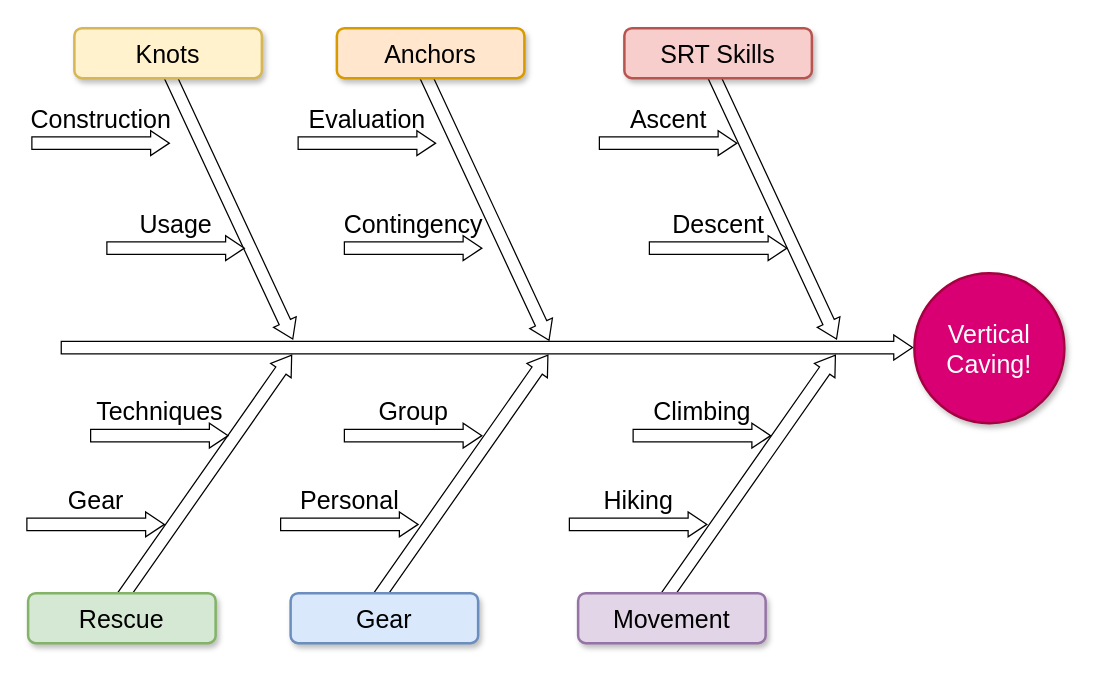
This is PersonalSRT.drawio from socalgrotto/diagrams, a draw.io file, before an edit. Source tidied: cells renumbered, new cells numbered last; positions are measured from the earlier drawing's top-left corner, leaving out a move shared by most shapes. Both pictures are drawn from the tidied source at 125%, with x=0, y=0 at pixel (28, -79).
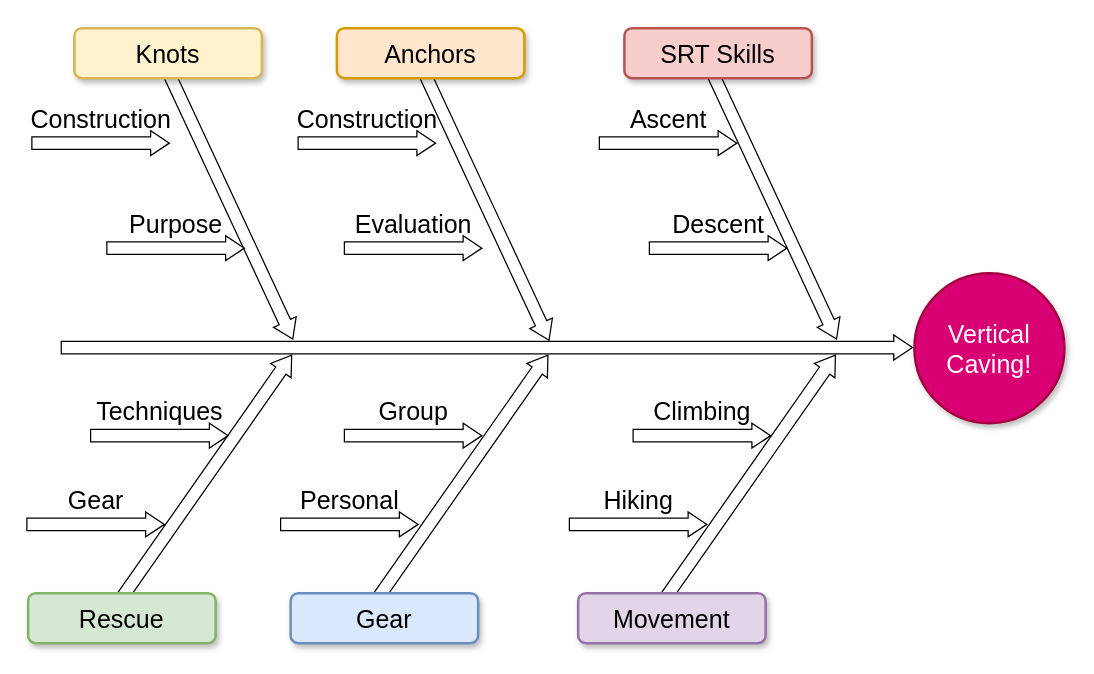
The same page after the edit.

What changed in the source:
```diff
@@
-    <mxCell id="17" value="Evaluation" style="html=1;shadow=0;dashed=0;align=center;verticalAlign=middle;shape=mxgraph.arrows2.arrow;dy=0.5;dx=15;direction=north;notch=0;rounded=0;strokeWidth=1;fontSize=20;rotation=90;horizontal=0;labelPosition=left;verticalLabelPosition=middle;" parent="1" vertex="1">
+    <mxCell id="17" value="Construction&lt;br&gt;" style="html=1;shadow=0;dashed=0;align=center;verticalAlign=middle;shape=mxgraph.arrows2.arrow;dy=0.5;dx=15;direction=north;notch=0;rounded=0;strokeWidth=1;fontSize=20;rotation=90;horizontal=0;labelPosition=left;verticalLabelPosition=middle;" parent="1" vertex="1">
       <mxGeometry x="261" y="122" width="20" height="110" as="geometry" />
     </mxCell>
@@
-    <mxCell id="22" value="Usage" style="html=1;shadow=0;dashed=0;align=center;verticalAlign=middle;shape=mxgraph.arrows2.arrow;dy=0.5;dx=15;direction=north;notch=0;rounded=0;strokeWidth=1;fontSize=20;rotation=90;horizontal=0;labelPosition=left;verticalLabelPosition=middle;" parent="1" vertex="1">
+    <mxCell id="22" value="Purpose" style="html=1;shadow=0;dashed=0;align=center;verticalAlign=middle;shape=mxgraph.arrows2.arrow;dy=0.5;dx=15;direction=north;notch=0;rounded=0;strokeWidth=1;fontSize=20;rotation=90;horizontal=0;labelPosition=left;verticalLabelPosition=middle;" parent="1" vertex="1">
       <mxGeometry x="108" y="206" width="20" height="110" as="geometry" />
     </mxCell>
-    <mxCell id="23" value="Contingency" style="html=1;shadow=0;dashed=0;align=center;verticalAlign=middle;shape=mxgraph.arrows2.arrow;dy=0.5;dx=15;direction=north;notch=0;rounded=0;strokeWidth=1;fontSize=20;rotation=90;horizontal=0;labelPosition=left;verticalLabelPosition=middle;" parent="1" vertex="1">
+    <mxCell id="23" value="Evaluation" style="html=1;shadow=0;dashed=0;align=center;verticalAlign=middle;shape=mxgraph.arrows2.arrow;dy=0.5;dx=15;direction=north;notch=0;rounded=0;strokeWidth=1;fontSize=20;rotation=90;horizontal=0;labelPosition=left;verticalLabelPosition=middle;" parent="1" vertex="1">
       <mxGeometry x="298" y="206" width="20" height="110" as="geometry" />
     </mxCell>
```
